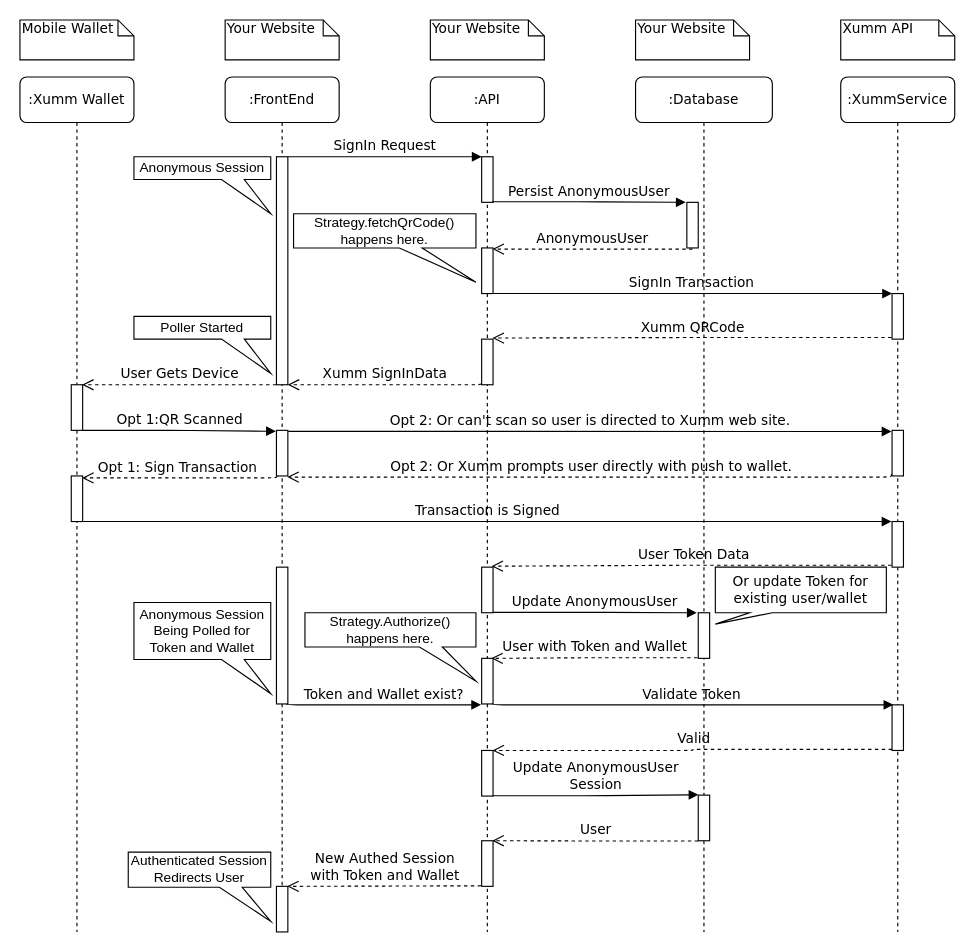
This is docs/E2E-Sequence.drawio from jfgrissom/passport-xumm, a draw.io file, before an edit. Source tidied: cells renumbered, new cells numbered last; positions are measured from the earlier drawing's top-left corner, leaving out a move shared by most shapes. Both pictures are drawn from the tidied source at 114%, with x=0, y=0 at pixel (19, 19).
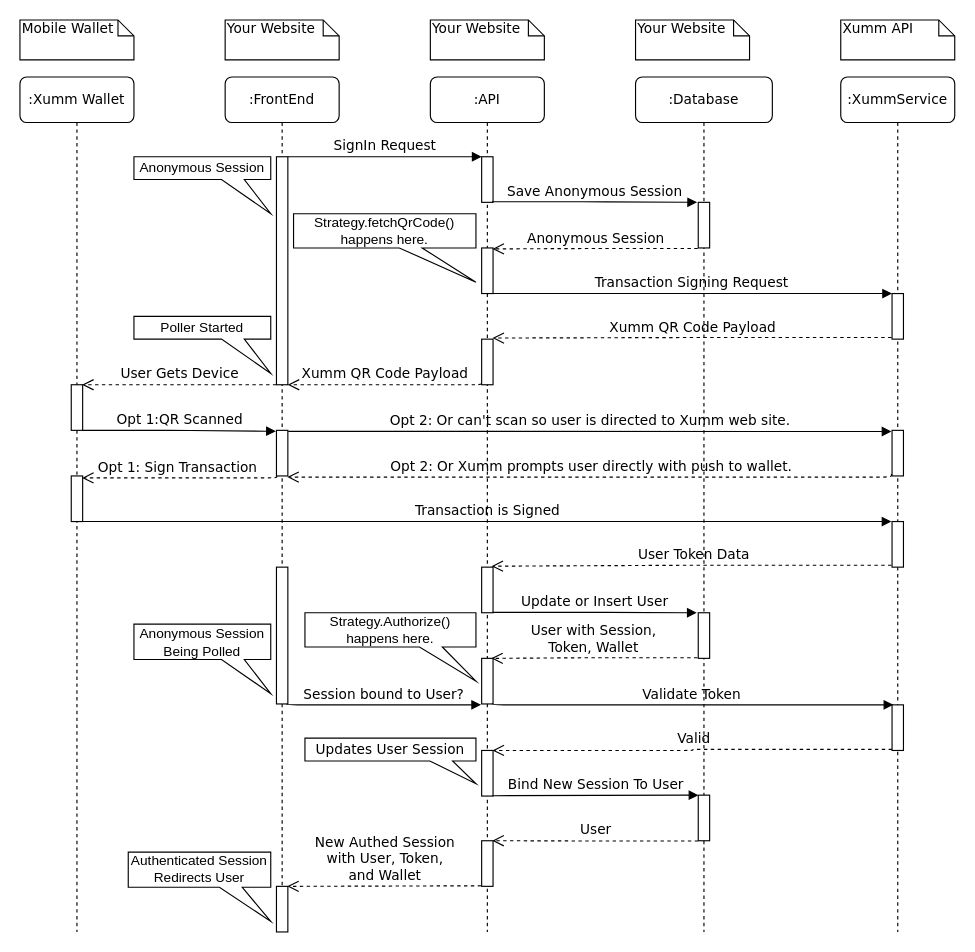
After the change.

Commit message (it also covers changes not shown here):
Updated diagrams to reflect more accurately how an anonymous session transitions into an authenticated user.

Unchanged cells that the change refers to:
```xml
<mxCell id="3" style="html=1;points=[];perimeter=orthogonalPerimeter;rounded=0;shadow=0;comic=0;labelBackgroundColor=none;strokeWidth=1;fontFamily=Verdana;fontSize=12;align=center;" parent="2" vertex="1">
  <mxGeometry x="45" y="70" width="10" height="40" as="geometry" />
</mxCell>
<mxCell id="4" style="html=1;points=[];perimeter=orthogonalPerimeter;rounded=0;shadow=0;comic=0;labelBackgroundColor=none;strokeWidth=1;fontFamily=Verdana;fontSize=12;align=center;" parent="2" vertex="1">
  <mxGeometry x="45" y="230" width="10" height="40" as="geometry" />
</mxCell>
<mxCell id="5" style="html=1;points=[];perimeter=orthogonalPerimeter;rounded=0;shadow=0;comic=0;labelBackgroundColor=none;strokeWidth=1;fontFamily=Verdana;fontSize=12;align=center;" parent="2" vertex="1">
  <mxGeometry x="45" y="430" width="10" height="40" as="geometry" />
</mxCell>
<mxCell id="6" style="html=1;points=[];perimeter=orthogonalPerimeter;rounded=0;shadow=0;comic=0;labelBackgroundColor=none;strokeWidth=1;fontFamily=Verdana;fontSize=12;align=center;" parent="2" vertex="1">
  <mxGeometry x="45" y="590.8" width="10" height="40" as="geometry" />
</mxCell>
<mxCell id="8" style="html=1;points=[];perimeter=orthogonalPerimeter;rounded=0;shadow=0;comic=0;labelBackgroundColor=none;strokeWidth=1;fontFamily=Verdana;fontSize=12;align=center;" parent="2" vertex="1">
  <mxGeometry x="45" y="150" width="10" height="40" as="geometry" />
</mxCell>
<mxCell id="9" style="html=1;points=[];perimeter=orthogonalPerimeter;rounded=0;shadow=0;comic=0;labelBackgroundColor=none;strokeWidth=1;fontFamily=Verdana;fontSize=12;align=center;" parent="2" vertex="1">
  <mxGeometry x="45" y="510" width="10" height="40" as="geometry" />
</mxCell>
<mxCell id="10" style="html=1;points=[];perimeter=orthogonalPerimeter;rounded=0;shadow=0;comic=0;labelBackgroundColor=none;strokeWidth=1;fontFamily=Verdana;fontSize=12;align=center;" parent="2" vertex="1">
  <mxGeometry x="45" y="670" width="10" height="40" as="geometry" />
</mxCell>
<mxCell id="12" style="html=1;points=[];perimeter=orthogonalPerimeter;rounded=0;shadow=0;comic=0;labelBackgroundColor=none;strokeWidth=1;fontFamily=Verdana;fontSize=12;align=center;" parent="11" vertex="1">
  <mxGeometry x="45" y="190" width="10" height="40" as="geometry" />
</mxCell>
<mxCell id="16" value=":FrontEnd" style="shape=umlLifeline;perimeter=lifelinePerimeter;whiteSpace=wrap;html=1;rounded=1;shadow=0;comic=0;labelBackgroundColor=none;strokeWidth=1;fontFamily=Verdana;fontSize=12;align=center;" parent="1" vertex="1">
  <mxGeometry x="180" y="50" width="100" height="750" as="geometry" />
</mxCell>
<mxCell id="17" style="html=1;points=[];perimeter=orthogonalPerimeter;rounded=0;shadow=0;comic=0;labelBackgroundColor=none;strokeWidth=1;fontFamily=Verdana;fontSize=12;align=center;" parent="16" vertex="1">
  <mxGeometry x="45" y="70" width="10" height="200" as="geometry" />
</mxCell>
<mxCell id="19" style="html=1;points=[];perimeter=orthogonalPerimeter;rounded=0;shadow=0;comic=0;labelBackgroundColor=none;strokeWidth=1;fontFamily=Verdana;fontSize=12;align=center;" parent="16" vertex="1">
  <mxGeometry x="45" y="710" width="10" height="40" as="geometry" />
</mxCell>
<mxCell id="21" style="html=1;points=[];perimeter=orthogonalPerimeter;rounded=0;shadow=0;comic=0;labelBackgroundColor=none;strokeWidth=1;fontFamily=Verdana;fontSize=12;align=center;" parent="16" vertex="1">
  <mxGeometry x="45" y="430" width="10" height="120" as="geometry" />
</mxCell>
<mxCell id="44" value=":Database" style="shape=umlLifeline;perimeter=lifelinePerimeter;whiteSpace=wrap;html=1;rounded=1;shadow=0;comic=0;labelBackgroundColor=none;strokeWidth=1;fontFamily=Verdana;fontSize=12;align=center;" parent="1" vertex="1">
  <mxGeometry x="540" y="50" width="120" height="750" as="geometry" />
</mxCell>
<mxCell id="46" style="html=1;points=[];perimeter=orthogonalPerimeter;rounded=0;shadow=0;comic=0;labelBackgroundColor=none;strokeWidth=1;fontFamily=Verdana;fontSize=12;align=center;" parent="44" vertex="1">
  <mxGeometry x="55" y="470" width="10" height="40" as="geometry" />
</mxCell>
<mxCell id="47" style="html=1;points=[];perimeter=orthogonalPerimeter;rounded=0;shadow=0;comic=0;labelBackgroundColor=none;strokeWidth=1;fontFamily=Verdana;fontSize=12;align=center;" parent="44" vertex="1">
  <mxGeometry x="55" y="630" width="10" height="40" as="geometry" />
</mxCell>
```

Diff of the diagram source:
```diff
@@
-    <mxCell id="22" value="Anonymous Session&lt;br&gt;Being Polled for Token and Wallet" style="shape=callout;whiteSpace=wrap;html=1;perimeter=calloutPerimeter;position2=1;size=30;position=0.64;base=20;" parent="16" vertex="1">
-      <mxGeometry x="-80" y="461" width="120" height="80" as="geometry" />
+    <mxCell id="22" value="Anonymous Session&lt;br&gt;Being Polled" style="shape=callout;whiteSpace=wrap;html=1;perimeter=calloutPerimeter;position2=1;size=30;position=0.64;base=20;" parent="16" vertex="1">
+      <mxGeometry x="-80" y="480" width="120" height="61" as="geometry" />
     </mxCell>
-    <mxCell id="23" value="Xumm SignInData" style="html=1;verticalAlign=bottom;endArrow=open;dashed=1;endSize=8;labelBackgroundColor=none;fontFamily=Verdana;fontSize=12;edgeStyle=elbowEdgeStyle;elbow=vertical;exitX=-0.05;exitY=0.972;exitDx=0;exitDy=0;exitPerimeter=0;entryX=0.989;entryY=0.998;entryDx=0;entryDy=0;entryPerimeter=0;" parent="1" edge="1" source="4" target="17">
+    <mxCell id="23" value="Xumm QR Code Payload" style="html=1;verticalAlign=bottom;endArrow=open;dashed=1;endSize=8;labelBackgroundColor=none;fontFamily=Verdana;fontSize=12;edgeStyle=elbowEdgeStyle;elbow=vertical;exitX=-0.05;exitY=0.972;exitDx=0;exitDy=0;exitPerimeter=0;entryX=0.989;entryY=0.998;entryDx=0;entryDy=0;entryPerimeter=0;" parent="1" edge="1" source="4" target="17">
       <mxGeometry relative="1" as="geometry">
         <Array as="points">
           <mxPoint x="320" y="320" />
           <mxPoint x="320" y="400" />
           <mxPoint x="330" y="300" />
         </Array>
       </mxGeometry>
     </mxCell>
@@
-    <mxCell id="28" value="SignIn Transaction" style="html=1;verticalAlign=bottom;endArrow=block;entryX=0;entryY=0;labelBackgroundColor=none;fontFamily=Verdana;fontSize=12;edgeStyle=elbowEdgeStyle;elbow=vertical;entryDx=0;entryDy=0;entryPerimeter=0;exitX=0.933;exitY=0.999;exitDx=0;exitDy=0;exitPerimeter=0;" parent="1" edge="1" source="8" target="12">
+    <mxCell id="28" value="Transaction Signing Request" style="html=1;verticalAlign=bottom;endArrow=block;entryX=0;entryY=0;labelBackgroundColor=none;fontFamily=Verdana;fontSize=12;edgeStyle=elbowEdgeStyle;elbow=vertical;entryDx=0;entryDy=0;entryPerimeter=0;exitX=0.933;exitY=0.999;exitDx=0;exitDy=0;exitPerimeter=0;" parent="1" edge="1" source="8" target="12">
       <mxGeometry relative="1" as="geometry" />
     </mxCell>
-    <mxCell id="29" value="Xumm QRCode" style="html=1;verticalAlign=bottom;endArrow=open;dashed=1;endSize=8;labelBackgroundColor=none;fontFamily=Verdana;fontSize=12;edgeStyle=elbowEdgeStyle;elbow=vertical;exitX=-0.048;exitY=0.964;exitDx=0;exitDy=0;exitPerimeter=0;entryX=0.952;entryY=-0.024;entryDx=0;entryDy=0;entryPerimeter=0;" parent="1" edge="1" source="12" target="4">
+    <mxCell id="29" value="Xumm QR Code Payload" style="html=1;verticalAlign=bottom;endArrow=open;dashed=1;endSize=8;labelBackgroundColor=none;fontFamily=Verdana;fontSize=12;edgeStyle=elbowEdgeStyle;elbow=horizontal;exitX=-0.048;exitY=0.964;exitDx=0;exitDy=0;exitPerimeter=0;entryX=0.952;entryY=-0.024;entryDx=0;entryDy=0;entryPerimeter=0;" parent="1" edge="1" source="12" target="4">
       <mxGeometry relative="1" as="geometry" />
     </mxCell>
@@
-    <mxCell id="43" value="New Authed Session&lt;br&gt;with Token and Wallet" style="html=1;verticalAlign=bottom;endArrow=open;dashed=1;endSize=8;labelBackgroundColor=none;fontFamily=Verdana;fontSize=12;edgeStyle=elbowEdgeStyle;elbow=vertical;entryX=0.941;entryY=0.007;entryDx=0;entryDy=0;entryPerimeter=0;exitX=-0.048;exitY=0.988;exitDx=0;exitDy=0;exitPerimeter=0;" parent="1" edge="1" source="10" target="19">
+    <mxCell id="43" value="New Authed Session&lt;br&gt;with User, Token, &lt;br&gt;and Wallet" style="html=1;verticalAlign=bottom;endArrow=open;dashed=1;endSize=8;labelBackgroundColor=none;fontFamily=Verdana;fontSize=12;edgeStyle=elbowEdgeStyle;elbow=vertical;entryX=0.941;entryY=0.007;entryDx=0;entryDy=0;entryPerimeter=0;exitX=-0.048;exitY=0.988;exitDx=0;exitDy=0;exitPerimeter=0;" parent="1" edge="1" source="10" target="19">
       <mxGeometry x="-0.01" relative="1" as="geometry">
         <Array as="points">
           <mxPoint x="320" y="760" />
           <mxPoint x="187.3" y="783.2" />
           <mxPoint x="197.3" y="683.2" />
         </Array>
       </mxGeometry>
     </mxCell>
@@
     <mxCell id="45" style="html=1;points=[];perimeter=orthogonalPerimeter;rounded=0;shadow=0;comic=0;labelBackgroundColor=none;strokeWidth=1;fontFamily=Verdana;fontSize=12;align=center;" parent="44" vertex="1">
-      <mxGeometry x="45" y="110" width="10" height="40" as="geometry" />
+      <mxGeometry x="55" y="110" width="10" height="40" as="geometry" />
     </mxCell>
@@
-    <mxCell id="49" value="Persist AnonymousUser" style="html=1;verticalAlign=bottom;endArrow=block;entryX=-0.1;entryY=0;labelBackgroundColor=none;fontFamily=Verdana;fontSize=12;edgeStyle=elbowEdgeStyle;elbow=horizontal;exitX=0.905;exitY=0.988;exitDx=0;exitDy=0;exitPerimeter=0;entryDx=0;entryDy=0;entryPerimeter=0;" parent="1" edge="1" source="3" target="45">
+    <mxCell id="49" value="Save Anonymous Session" style="html=1;verticalAlign=bottom;endArrow=block;entryX=-0.1;entryY=0;labelBackgroundColor=none;fontFamily=Verdana;fontSize=12;edgeStyle=elbowEdgeStyle;elbow=vertical;exitX=0.905;exitY=0.988;exitDx=0;exitDy=0;exitPerimeter=0;entryDx=0;entryDy=0;entryPerimeter=0;" parent="1" edge="1" source="3" target="45">
       <mxGeometry relative="1" as="geometry" />
     </mxCell>
-    <mxCell id="50" value="AnonymousUser" style="html=1;verticalAlign=bottom;endArrow=open;dashed=1;endSize=8;labelBackgroundColor=none;fontFamily=Verdana;fontSize=12;edgeStyle=elbowEdgeStyle;elbow=vertical;entryX=0.95;entryY=0.021;entryDx=0;entryDy=0;entryPerimeter=0;" parent="1" edge="1" target="8">
-      <mxGeometry relative="1" as="geometry">
-        <mxPoint x="590" y="201" as="sourcePoint" />
-      </mxGeometry>
+    <mxCell id="50" value="Anonymous Session" style="html=1;verticalAlign=bottom;endArrow=open;dashed=1;endSize=8;labelBackgroundColor=none;fontFamily=Verdana;fontSize=12;edgeStyle=elbowEdgeStyle;elbow=vertical;entryX=0.95;entryY=0.021;entryDx=0;entryDy=0;entryPerimeter=0;exitX=-0.048;exitY=1.012;exitDx=0;exitDy=0;exitPerimeter=0;" parent="1" edge="1" source="45" target="8">
+      <mxGeometry relative="1" as="geometry" />
     </mxCell>
-    <mxCell id="51" value="Update AnonymousUser" style="html=1;verticalAlign=bottom;endArrow=block;labelBackgroundColor=none;fontFamily=Verdana;fontSize=12;edgeStyle=elbowEdgeStyle;elbow=horizontal;exitX=0.967;exitY=0.992;exitDx=0;exitDy=0;exitPerimeter=0;entryX=-0.133;entryY=0;entryDx=0;entryDy=0;entryPerimeter=0;" parent="1" edge="1" source="5" target="46">
+    <mxCell id="51" value="Update or Insert User" style="html=1;verticalAlign=bottom;endArrow=block;labelBackgroundColor=none;fontFamily=Verdana;fontSize=12;edgeStyle=elbowEdgeStyle;elbow=horizontal;exitX=0.967;exitY=0.992;exitDx=0;exitDy=0;exitPerimeter=0;entryX=-0.133;entryY=0;entryDx=0;entryDy=0;entryPerimeter=0;" parent="1" edge="1" source="5" target="46">
       <mxGeometry relative="1" as="geometry" />
     </mxCell>
-    <mxCell id="52" value="User with Token and Wallet" style="html=1;verticalAlign=bottom;endArrow=open;dashed=1;endSize=8;labelBackgroundColor=none;fontFamily=Verdana;fontSize=12;edgeStyle=elbowEdgeStyle;elbow=vertical;entryX=0.843;entryY=0;entryDx=0;entryDy=0;entryPerimeter=0;exitX=-0.071;exitY=0.986;exitDx=0;exitDy=0;exitPerimeter=0;" parent="1" edge="1" source="46" target="9">
-      <mxGeometry x="-0.01" relative="1" as="geometry" />
+    <mxCell id="52" value="User with Session,&lt;br&gt;Token, Wallet" style="html=1;verticalAlign=bottom;endArrow=open;dashed=1;endSize=8;labelBackgroundColor=none;fontFamily=Verdana;fontSize=12;edgeStyle=elbowEdgeStyle;elbow=horizontal;entryX=0.843;entryY=0;entryDx=0;entryDy=0;entryPerimeter=0;exitX=-0.071;exitY=0.986;exitDx=0;exitDy=0;exitPerimeter=0;" parent="1" edge="1" source="46" target="9">
+      <mxGeometry x="0.01" relative="1" as="geometry" />
     </mxCell>
-    <mxCell id="53" value="Token and Wallet exist?" style="html=1;verticalAlign=bottom;endArrow=block;labelBackgroundColor=none;fontFamily=Verdana;fontSize=12;edgeStyle=elbowEdgeStyle;elbow=vertical;exitX=0.9;exitY=0.998;exitDx=0;exitDy=0;exitPerimeter=0;entryX=-0.048;entryY=1.012;entryDx=0;entryDy=0;entryPerimeter=0;" parent="1" edge="1" source="21" target="9">
+    <mxCell id="53" value="Session bound to User?" style="html=1;verticalAlign=bottom;endArrow=block;labelBackgroundColor=none;fontFamily=Verdana;fontSize=12;edgeStyle=elbowEdgeStyle;elbow=vertical;exitX=0.9;exitY=0.998;exitDx=0;exitDy=0;exitPerimeter=0;entryX=-0.048;entryY=1.012;entryDx=0;entryDy=0;entryPerimeter=0;" parent="1" edge="1" source="21" target="9">
       <mxGeometry relative="1" as="geometry">
         <Array as="points">
           <mxPoint x="279.7" y="600.8" />
         </Array>
       </mxGeometry>
     </mxCell>
@@
-    <mxCell id="56" value="&lt;span style=&quot;font-family: &amp;#34;verdana&amp;#34;&quot;&gt;Or update&amp;nbsp;&lt;/span&gt;&lt;span style=&quot;font-family: &amp;#34;verdana&amp;#34;&quot;&gt;Token for existing user/wallet&lt;/span&gt;" style="shape=callout;whiteSpace=wrap;html=1;perimeter=calloutPerimeter;position2=0;size=10;position=0.2;base=20;" parent="1" vertex="1">
-      <mxGeometry x="610" y="480" width="150" height="50" as="geometry" />
-    </mxCell>
@@
-    <mxCell id="58" value="Update AnonymousUser &lt;br&gt;Session" style="html=1;verticalAlign=bottom;endArrow=block;labelBackgroundColor=none;fontFamily=Verdana;fontSize=12;edgeStyle=elbowEdgeStyle;elbow=horizontal;exitX=0.933;exitY=0.992;exitDx=0;exitDy=0;exitPerimeter=0;entryX=0.017;entryY=-0.008;entryDx=0;entryDy=0;entryPerimeter=0;" parent="1" edge="1" source="6" target="47">
+    <mxCell id="58" value="Bind New Session To User" style="html=1;verticalAlign=bottom;endArrow=block;labelBackgroundColor=none;fontFamily=Verdana;fontSize=12;edgeStyle=elbowEdgeStyle;elbow=vertical;exitX=0.933;exitY=0.992;exitDx=0;exitDy=0;exitPerimeter=0;entryX=0.017;entryY=-0.008;entryDx=0;entryDy=0;entryPerimeter=0;" parent="1" edge="1" source="6" target="47">
       <mxGeometry relative="1" as="geometry" />
     </mxCell>
@@
+    <mxCell id="56" value="&lt;font face=&quot;verdana&quot;&gt;Updates User Session&lt;/font&gt;" style="shape=callout;whiteSpace=wrap;html=1;perimeter=calloutPerimeter;position2=1;size=20;position=0.73;base=20;" parent="1" vertex="1">
+      <mxGeometry x="250" y="630" width="150" height="40" as="geometry" />
+    </mxCell>
```
